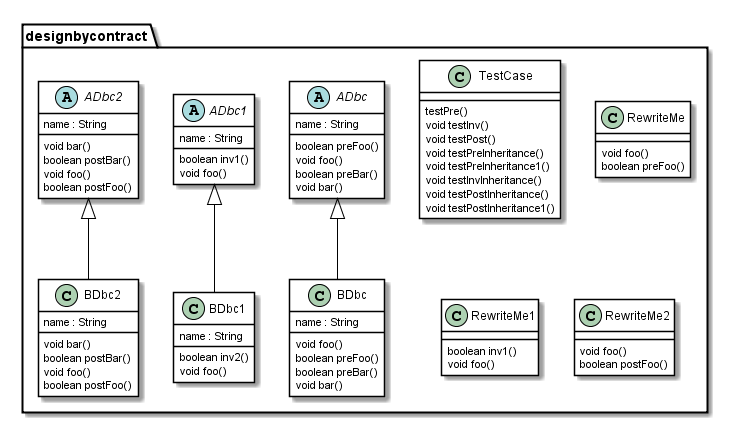
Above: k3-al/fr.inria.diverse.k3.al.tests/src/test/java/test/designbycontract/gen-plantuml/designbycontract.png in diverse-project/k3 (PlantUML), before the change. Its diagram source:
```plantuml
@startuml

skinparam class {
	BackgroundColor White
	ArrowColor Black
	BorderColor Black
}
package designbycontract {
	class	TestCase {
		 testPre()
		void testInv()
		void testPost()
		void testPreInheritance()
		void testPreInheritance1()
		void testInvInheritance()
		void testPostInheritance()
		void testPostInheritance1()
	}
	class	RewriteMe {
		void foo()
		boolean preFoo()
	}
	class	RewriteMe1 {
		boolean inv1()
		void foo()
	}
	class	RewriteMe2 {
		void foo()
		boolean postFoo()
	}
	abstract	ADbc {
		name : String
		boolean preFoo()
		void foo()
		boolean preBar()
		void bar()
	}
	class	BDbc {
		name : String
		void foo()
		boolean preFoo()
		boolean preBar()
		void bar()
	}
	abstract	ADbc1 {
		name : String
		boolean inv1()
		void foo()
	}
	class	BDbc1 {
		name : String
		boolean inv2()
		void foo()
	}
	abstract	ADbc2 {
		name : String
		void bar()
		boolean postBar()
		void foo()
		boolean postFoo()
	}
	class	BDbc2 {
		name : String
		void bar()
		boolean postBar()
		void foo()
		boolean postFoo()
	}
}
ADbc <|-- BDbc
ADbc1 <|-- BDbc1
ADbc2 <|-- BDbc2
@enduml
```
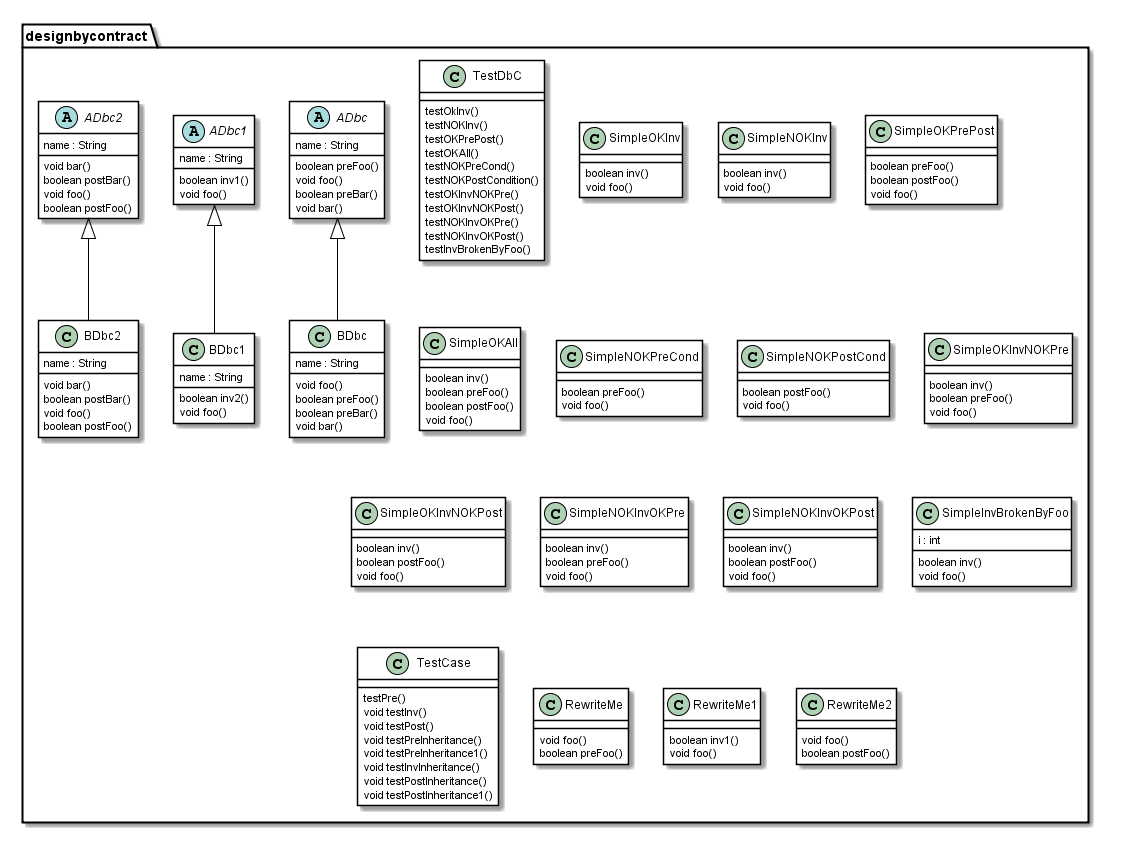
After the commit.

The edit, as a diff of the source:
```diff
@@ -6,6 +6,71 @@
 	BorderColor Black
 }
 package designbycontract {
+	class	TestDbC {
+		 testOkInv()
+		 testNOKInv()
+		 testOKPrePost()
+		 testOKAll()
+		 testNOKPreCond()
+		 testNOKPostCondition()
+		 testOKInvNOKPre()
+		 testOKInvNOKPost()
+		 testNOKInvOKPre()
+		 testNOKInvOKPost()
+		 testInvBrokenByFoo()
+	}
+	class	SimpleOKInv {
+		boolean inv()
+		void foo()
+	}
+	class	SimpleNOKInv {
+		boolean inv()
+		void foo()
+	}
+	class	SimpleOKPrePost {
+		boolean preFoo()
+		boolean postFoo()
+		void foo()
+	}
+	class	SimpleOKAll {
+		boolean inv()
+		boolean preFoo()
+		boolean postFoo()
+		void foo()
+	}
+	class	SimpleNOKPreCond {
+		boolean preFoo()
+		void foo()
+	}
+	class	SimpleNOKPostCond {
+		boolean postFoo()
+		void foo()
+	}
+	class	SimpleOKInvNOKPre {
+		boolean inv()
+		boolean preFoo()
+		void foo()
+	}
+	class	SimpleOKInvNOKPost {
+		boolean inv()
+		boolean postFoo()
+		void foo()
+	}
+	class	SimpleNOKInvOKPre {
+		boolean inv()
+		boolean preFoo()
+		void foo()
+	}
+	class	SimpleNOKInvOKPost {
+		boolean inv()
+		boolean postFoo()
+		void foo()
+	}
+	class	SimpleInvBrokenByFoo {
+		i : int
+		boolean inv()
+		void foo()
+	}
 	class	TestCase {
 		 testPre()
 		void testInv()
```
